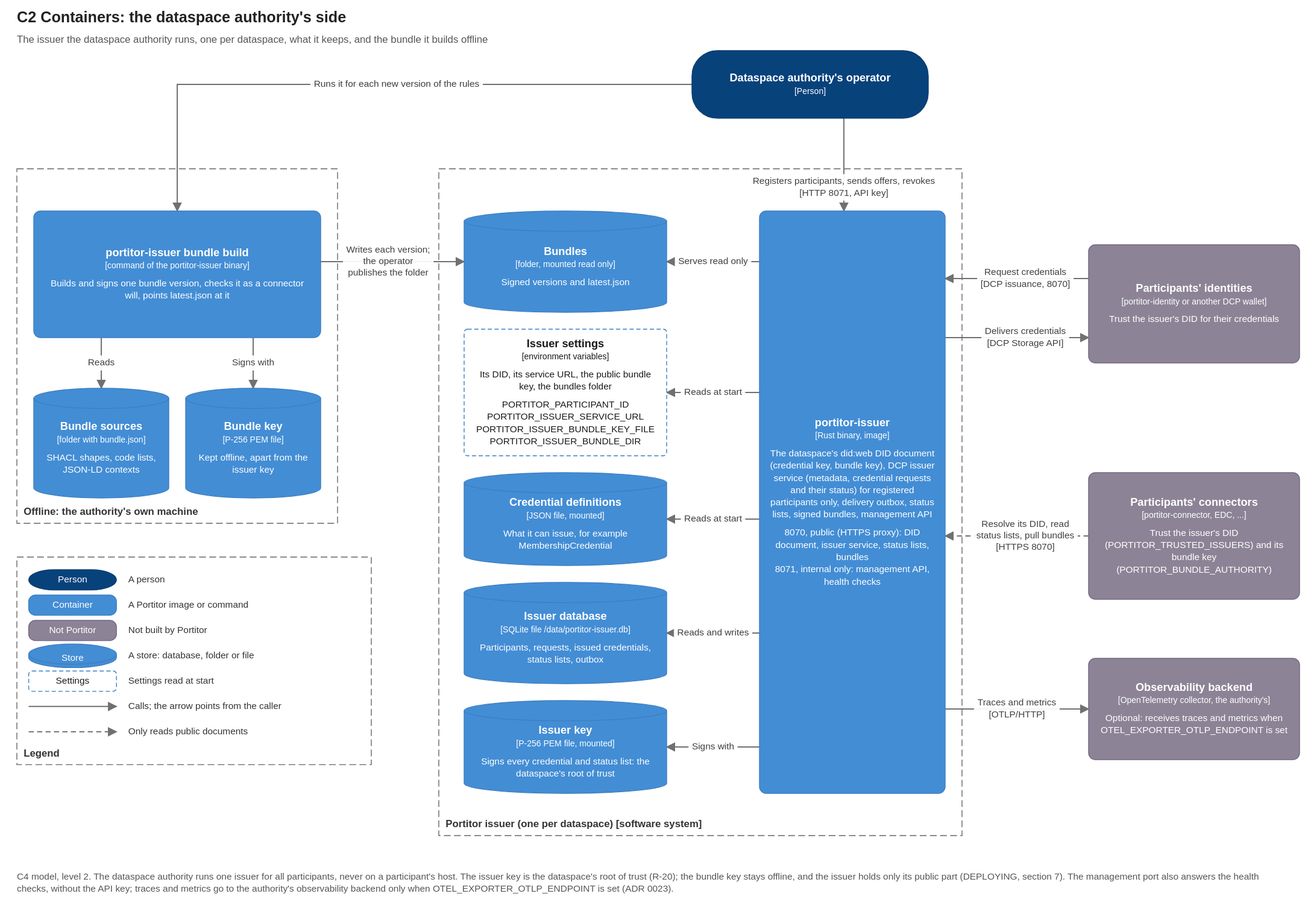
Earlier version of the draw.io export docs/diagrams/c2-dataspace-authority-containers.drawio.svg (brunopacheco1/portitor). Source tidied: cells renumbered, new cells last; positions are measured from the earlier drawing's top-left corner, leaving out a move shared by most shapes.
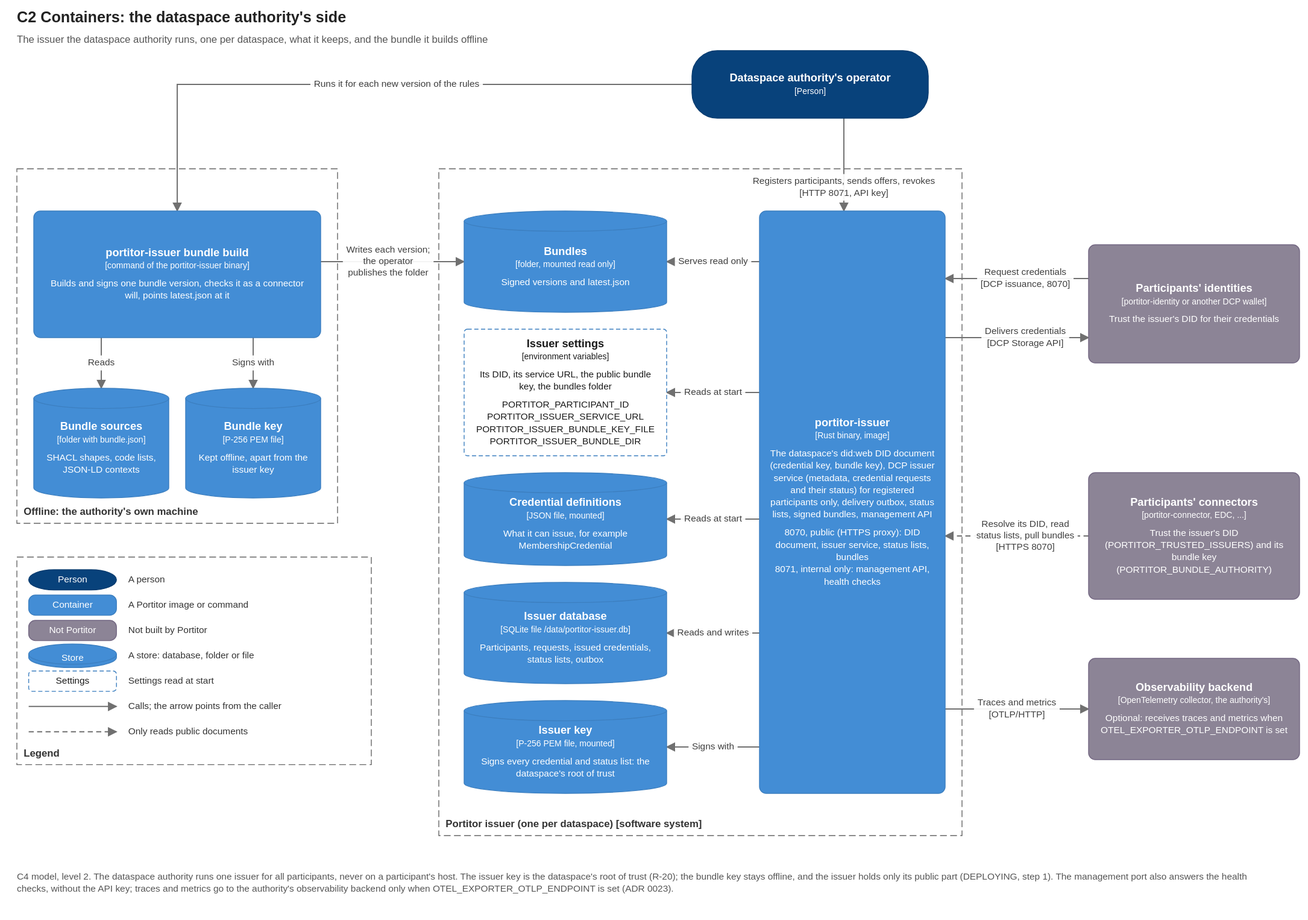
After the change.

Commit message:
docs: references follow the DEPLOYING split and the catalog module split

What changed in the source:
```diff
@@ -144,7 +144,7 @@
     <mxCell id="45" value="Only reads public documents" style="text;html=1;align=left;verticalAlign=top;fontSize=11;fontStyle=0;fontColor=#333333;whiteSpace=wrap;" parent="1" vertex="1">
       <mxGeometry x="132" y="848" width="272" height="18.5" as="geometry" />
     </mxCell>
-    <mxCell id="46" value="C4 model, level 2. The dataspace authority runs one issuer for all participants, never on a participant's host. The issuer key is the dataspace's root of trust (R-20); the bundle key stays offline, and the issuer holds only its public part (DEPLOYING, section 7). The management port also answers the health checks, without the API key; traces and metrics go to the authority's observability backend only when OTEL_EXPORTER_OTLP_ENDPOINT is set (ADR 0023)." style="text;html=1;align=left;verticalAlign=top;fontSize=11;fontStyle=0;fontColor=#555555;whiteSpace=wrap;" parent="1" vertex="1">
+    <mxCell id="46" value="C4 model, level 2. The dataspace authority runs one issuer for all participants, never on a participant's host. The issuer key is the dataspace's root of trust (R-20); the bundle key stays offline, and the issuer holds only its public part (DEPLOYING, step 1). The management port also answers the health checks, without the API key; traces and metrics go to the authority's observability backend only when OTEL_EXPORTER_OTLP_ENDPOINT is set (ADR 0023)." style="text;html=1;align=left;verticalAlign=top;fontSize=11;fontStyle=0;fontColor=#555555;whiteSpace=wrap;" parent="1" vertex="1">
       <mxGeometry y="1020" width="1510" height="33" as="geometry" />
     </mxCell>
     <mxCell id="47" value="&lt;b&gt;Observability backend&lt;/b&gt;&lt;br&gt;&lt;font style=&quot;font-size:10px&quot;&gt;[OpenTelemetry collector, the authority&amp;#x27;s]&lt;/font&gt;&lt;br&gt;&lt;br&gt;&lt;font style=&quot;font-size:11px&quot;&gt;Optional: receives traces and metrics when OTEL_EXPORTER_OTLP_ENDPOINT is set&lt;/font&gt;" style="rounded=1;arcSize=8;whiteSpace=wrap;html=1;fillColor=#8C8496;strokeColor=#736782;fontColor=#FFFFFF;fontSize=13;align=center;verticalAlign=middle;c4Kind=external;c4Name=Observability backend;" parent="1" vertex="1">
```
